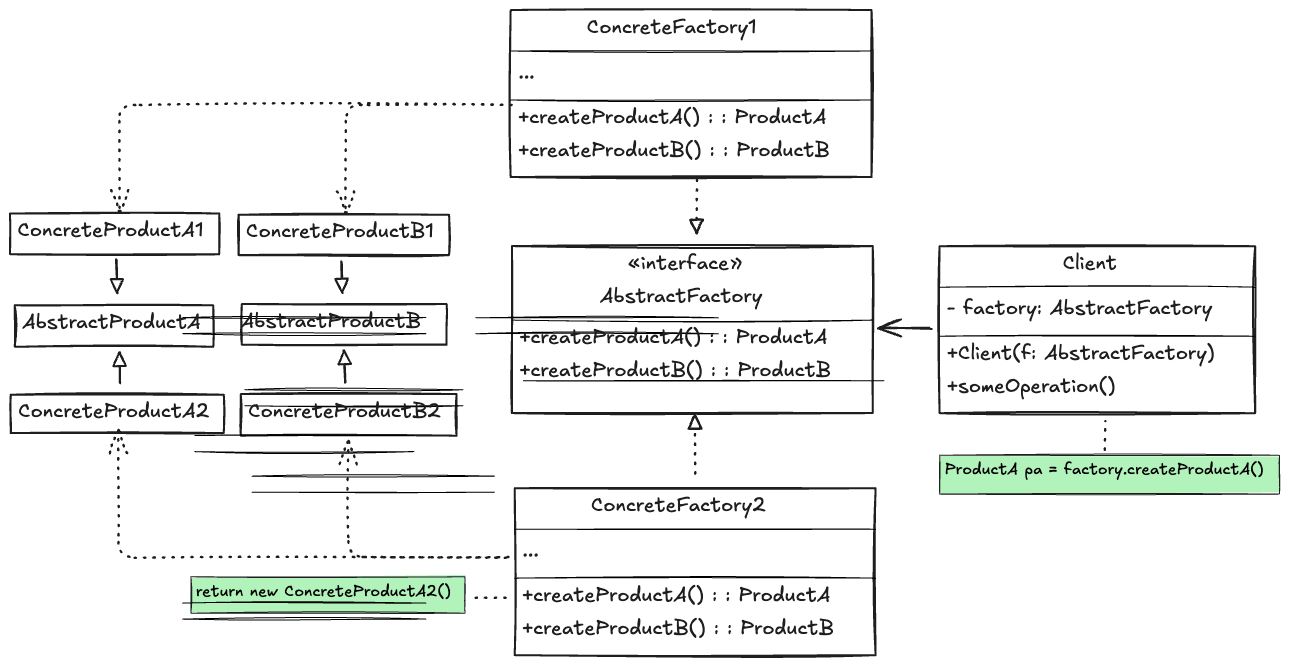
The Excalidraw diagram abstract-factory-pattern.excalidraw.png in bjenning04/foam, before a commit. Source tidied: one line per element, renumbered; positions are measured from the earlier drawing's top-left corner, leaving out a move shared by most shapes.
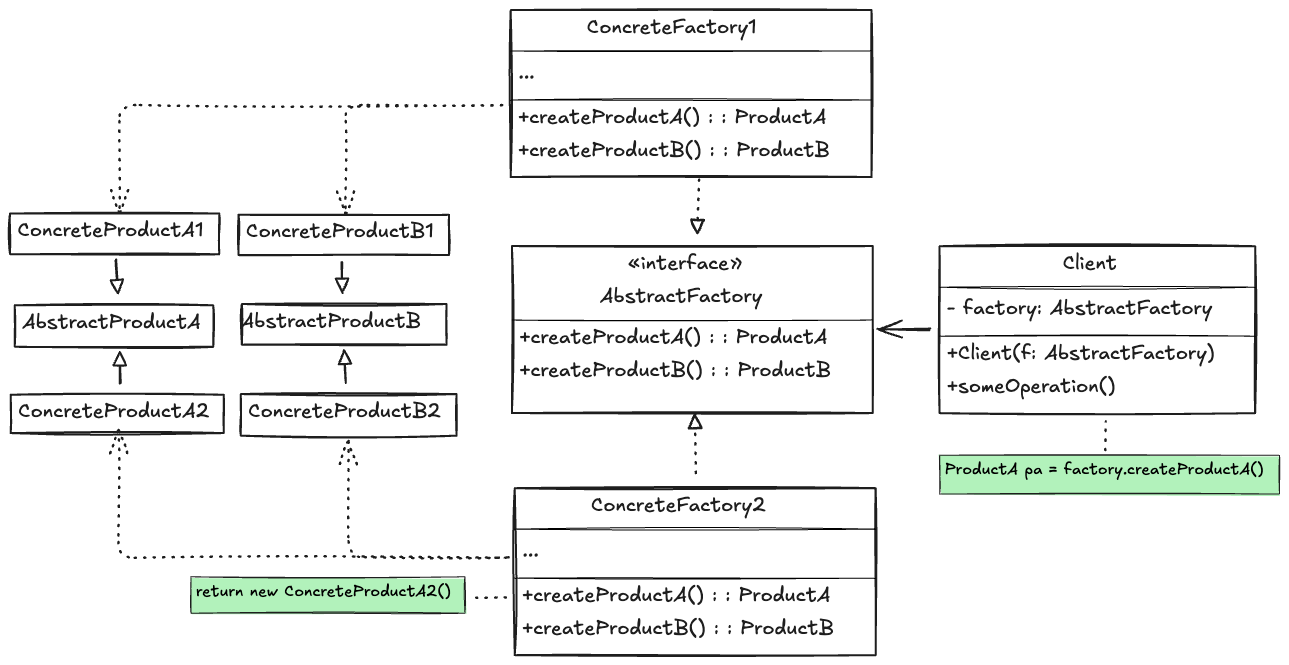
Above is the later version.

The edit, as a diff of the source:
```diff
@@ -1,56 +1,56 @@
-{"id": 0, "type": "rectangle", "strokeColor": "#1e1e1e", "strokeWidth": 2, "roughness": 1, "x": 501, "y": 0, "width": 361, "height": 167}
-{"id": 1, "type": "rectangle", "strokeColor": "#1e1e1e", "strokeWidth": 2, "roughness": 1, "x": 0, "y": 204, "width": 209, "height": 41}
-{"id": 2, "type": "rectangle", "strokeColor": "#1e1e1e", "strokeWidth": 2, "roughness": 1, "x": 229, "y": 205, "width": 210, "height": 40}
-{"id": 3, "type": "rectangle", "strokeColor": "#1e1e1e", "strokeWidth": 2, "roughness": 1, "x": 502, "y": 236, "width": 361, "height": 167}
-{"id": 4, "type": "rectangle", "strokeColor": "#1e1e1e", "strokeWidth": 2, "roughness": 1, "x": 5, "y": 295, "width": 199, "height": 42}
-{"id": 5, "type": "rectangle", "strokeColor": "#1e1e1e", "strokeWidth": 2, "roughness": 1, "x": 1, "y": 385, "width": 213, "height": 38}
-{"id": 6, "type": "rectangle", "strokeColor": "#1e1e1e", "strokeWidth": 2, "roughness": 1, "x": 232, "y": 294, "width": 205, "height": 41}
-{"id": 7, "type": "rectangle", "strokeColor": "#1e1e1e", "strokeWidth": 2, "roughness": 1, "x": 231, "y": 384, "width": 216, "height": 42}
-{"id": 8, "type": "rectangle", "strokeColor": "#1e1e1e", "strokeWidth": 2, "roughness": 1, "x": 505, "y": 478, "width": 361, "height": 167}
-{"id": 9, "type": "rectangle", "strokeColor": "#1e1e1e", "strokeWidth": 2, "roughness": 1, "x": 930, "y": 236, "width": 316, "height": 167}
-{"id": 10, "type": "rectangle", "strokeColor": "#1e1e1e", "backgroundColor": "#b2f2bb", "fillStyle": "solid", "strokeWidth": 1, "roughness": 1, "x": 930, "y": 445, "width": 340, "height": 39}
-{"id": 11, "type": "rectangle", "strokeColor": "#1e1e1e", "backgroundColor": "#b2f2bb", "fillStyle": "solid", "strokeWidth": 1, "roughness": 1, "x": 181, "y": 567, "width": 274, "height": 36}
-{"id": 12, "type": "line", "strokeColor": "#000", "strokeWidth": 1, "roughness": 1, "x": 501, "y": 41, "width": 361, "height": 0, "points": [[0, 0], [361, 0]]}
-{"id": 13, "type": "line", "strokeColor": "#000", "strokeWidth": 1, "roughness": 1, "x": 501, "y": 90, "width": 361, "height": 0, "points": [[0, 0], [361, 0]]}
-{"id": 14, "type": "line", "strokeColor": "#000", "strokeWidth": 1, "roughness": 1, "x": 502, "y": 310, "width": 361, "height": 0, "points": [[0, 0], [361, 0]]}
-{"id": 15, "type": "line", "strokeColor": "#000", "strokeWidth": 1, "roughness": 1, "x": 505, "y": 519, "width": 361, "height": 0, "points": [[0, 0], [361, 0]]}
-{"id": 16, "type": "line", "strokeColor": "#000", "strokeWidth": 1, "roughness": 1, "x": 505, "y": 568, "width": 361, "height": 0, "points": [[0, 0], [361, 0]]}
-{"id": 17, "type": "line", "strokeColor": "#000", "strokeWidth": 1, "roughness": 1, "x": 930, "y": 277, "width": 316, "height": 0, "points": [[0, 0], [316, 0]]}
-{"id": 18, "type": "line", "strokeColor": "#000", "strokeWidth": 1, "roughness": 1, "x": 930, "y": 326, "width": 316, "height": 0, "points": [[0, 0], [316, 0]]}
-{"id": 19, "type": "arrow", "strokeColor": "#1e1e1e", "strokeWidth": 2, "strokeStyle": "dotted", "roughness": 1, "endArrowhead": "arrow", "from": 34, "to": 36, "x": 502, "y": 95, "width": 392, "height": 109, "points": [[0, 0], [-392, 0], [-392, 109]]}
-{"id": 20, "type": "arrow", "strokeColor": "#1e1e1e", "strokeWidth": 2, "strokeStyle": "dotted", "roughness": 1, "endArrowhead": "arrow", "from": 34, "to": 37, "x": 502, "y": 95, "width": 166, "height": 110, "points": [[0, 0], [-166, 0], [-166, 110]]}
-{"id": 21, "type": "arrow", "strokeColor": "#1e1e1e", "strokeWidth": 2, "strokeStyle": "dotted", "roughness": 1, "endArrowhead": "triangle_outline", "round": true, "from": 0, "to": 3, "x": 688, "y": 169, "width": 1, "height": 55, "points": [[0, 0], [-1, 55]]}
-{"id": 22, "type": "arrow", "strokeColor": "#1e1e1e", "strokeWidth": 2, "roughness": 1, "endArrowhead": "triangle_outline", "round": true, "from": 1, "to": 4, "x": 106, "y": 250, "width": 1, "height": 33, "points": [[0, 0], [1, 33]]}
-{"id": 23, "type": "arrow", "strokeColor": "#1e1e1e", "strokeWidth": 2, "roughness": 1, "startArrowhead": "triangle_outline", "round": true, "from": 4, "to": 5, "x": 109, "y": 342, "width": 1, "height": 31, "points": [[0, 0], [1, 31]]}
-{"id": 24, "type": "arrow", "strokeColor": "#1e1e1e", "strokeWidth": 2, "roughness": 1, "endArrowhead": "triangle_outline", "round": true, "from": 2, "to": 6, "x": 332, "y": 252, "width": 1, "height": 31, "points": [[0, 0], [1, 31]]}
-{"id": 25, "type": "arrow", "strokeColor": "#1e1e1e", "strokeWidth": 2, "roughness": 1, "startArrowhead": "triangle_outline", "round": true, "from": 6, "to": 7, "x": 334, "y": 340, "width": 1, "height": 32, "points": [[0, 0], [1, 32]]}
-{"id": 26, "type": "arrow", "strokeColor": "#1e1e1e", "strokeWidth": 2, "strokeStyle": "dotted", "roughness": 1, "startArrowhead": "arrow", "from": 43, "to": 47, "x": 109, "y": 420, "width": 396, "height": 128, "points": [[0, 0], [0, 128], [396, 128]]}
-{"id": 27, "type": "arrow", "strokeColor": "#1e1e1e", "strokeWidth": 2, "strokeStyle": "dotted", "roughness": 1, "startArrowhead": "arrow", "from": 7, "to": 47, "x": 339, "y": 431, "width": 165, "height": 116, "points": [[0, 0], [0, 116], [165, 116]]}
-{"id": 28, "type": "arrow", "strokeColor": "#1e1e1e", "strokeWidth": 2, "strokeStyle": "dotted", "roughness": 1, "startArrowhead": "triangle_outline", "round": true, "from": 3, "to": 8, "x": 686, "y": 406, "width": 1, "height": 61, "points": [[0, 0], [1, 61]]}
-{"id": 29, "type": "arrow", "strokeColor": "#1e1e1e", "strokeWidth": 2, "roughness": 1, "startArrowhead": "arrow", "round": true, "from": 3, "to": 9, "x": 869, "y": 318, "width": 52, "height": 0, "points": [[0, 0], [52, 0]]}
-{"id": 30, "type": "arrow", "strokeColor": "#1e1e1e", "strokeWidth": 2, "strokeStyle": "dotted", "roughness": 1, "round": true, "from": 10, "to": 9, "x": 1095, "y": 440, "width": 0, "height": 29, "points": [[0, 0], [0, -29]]}
-{"id": 31, "type": "arrow", "strokeColor": "#1e1e1e", "strokeWidth": 2, "strokeStyle": "dotted", "roughness": 1, "round": true, "from": 11, "to": 8, "x": 466, "y": 587, "width": 30, "height": 0, "points": [[0, 0], [30, 0]]}
+{"id": 56, "type": "rectangle", "strokeColor": "#1e1e1e", "strokeWidth": 2, "roughness": 1, "x": 501, "y": 0, "width": 361, "height": 167}
+{"id": 57, "type": "rectangle", "strokeColor": "#1e1e1e", "strokeWidth": 2, "roughness": 1, "x": 0, "y": 204, "width": 209, "height": 41}
+{"id": 58, "type": "rectangle", "strokeColor": "#1e1e1e", "strokeWidth": 2, "roughness": 1, "x": 229, "y": 205, "width": 210, "height": 40}
+{"id": 59, "type": "rectangle", "strokeColor": "#1e1e1e", "strokeWidth": 2, "roughness": 1, "x": 502, "y": 236, "width": 361, "height": 167}
+{"id": 60, "type": "rectangle", "strokeColor": "#1e1e1e", "strokeWidth": 2, "roughness": 1, "x": 5, "y": 295, "width": 199, "height": 42}
+{"id": 61, "type": "rectangle", "strokeColor": "#1e1e1e", "strokeWidth": 2, "roughness": 1, "x": 1, "y": 385, "width": 213, "height": 38}
+{"id": 62, "type": "rectangle", "strokeColor": "#1e1e1e", "strokeWidth": 2, "roughness": 1, "x": 232, "y": 294, "width": 205, "height": 41}
+{"id": 63, "type": "rectangle", "strokeColor": "#1e1e1e", "strokeWidth": 2, "roughness": 1, "x": 231, "y": 384, "width": 216, "height": 42}
+{"id": 64, "type": "rectangle", "strokeColor": "#1e1e1e", "strokeWidth": 2, "roughness": 1, "x": 505, "y": 478, "width": 361, "height": 167}
+{"id": 65, "type": "rectangle", "strokeColor": "#1e1e1e", "strokeWidth": 2, "roughness": 1, "x": 930, "y": 236, "width": 316, "height": 167}
+{"id": 66, "type": "rectangle", "strokeColor": "#1e1e1e", "backgroundColor": "#b2f2bb", "fillStyle": "solid", "strokeWidth": 1, "roughness": 1, "x": 930, "y": 445, "width": 340, "height": 39}
+{"id": 67, "type": "rectangle", "strokeColor": "#1e1e1e", "backgroundColor": "#b2f2bb", "fillStyle": "solid", "strokeWidth": 1, "roughness": 1, "x": 181, "y": 567, "width": 274, "height": 36}
+{"id": 68, "type": "line", "strokeColor": "#000", "strokeWidth": 1, "roughness": 1, "x": 501, "y": 41, "width": 361, "height": 0, "points": [[0, 0], [361, 0]]}
+{"id": 69, "type": "line", "strokeColor": "#000", "strokeWidth": 1, "roughness": 1, "x": 501, "y": 90, "width": 361, "height": 0, "points": [[0, 0], [361, 0]]}
+{"id": 70, "type": "line", "strokeColor": "#000", "strokeWidth": 1, "roughness": 1, "x": 502, "y": 310, "width": 361, "height": 0, "points": [[0, 0], [361, 0]]}
+{"id": 71, "type": "line", "strokeColor": "#000", "strokeWidth": 1, "roughness": 1, "x": 505, "y": 519, "width": 361, "height": 0, "points": [[0, 0], [361, 0]]}
+{"id": 72, "type": "line", "strokeColor": "#000", "strokeWidth": 1, "roughness": 1, "x": 505, "y": 568, "width": 361, "height": 0, "points": [[0, 0], [361, 0]]}
+{"id": 73, "type": "line", "strokeColor": "#000", "strokeWidth": 1, "roughness": 1, "x": 930, "y": 277, "width": 316, "height": 0, "points": [[0, 0], [316, 0]]}
+{"id": 74, "type": "line", "strokeColor": "#000", "strokeWidth": 1, "roughness": 1, "x": 930, "y": 326, "width": 316, "height": 0, "points": [[0, 0], [316, 0]]}
+{"id": 75, "type": "arrow", "strokeColor": "#1e1e1e", "strokeWidth": 2, "strokeStyle": "dotted", "roughness": 1, "endArrowhead": "arrow", "from": 89, "to": 36, "x": 502, "y": 95, "width": 392, "height": 109, "points": [[0, 0], [-392, 0], [-392, 109]]}
+{"id": 76, "type": "arrow", "strokeColor": "#1e1e1e", "strokeWidth": 2, "strokeStyle": "dotted", "roughness": 1, "endArrowhead": "arrow", "from": 89, "to": 37, "x": 502, "y": 95, "width": 166, "height": 110, "points": [[0, 0], [-166, 0], [-166, 110]]}
+{"id": 77, "type": "arrow", "strokeColor": "#1e1e1e", "strokeWidth": 2, "strokeStyle": "dotted", "roughness": 1, "endArrowhead": "triangle_outline", "round": true, "from": 56, "to": 59, "x": 688, "y": 169, "width": 1, "height": 55, "points": [[0, 0], [-1, 55]]}
+{"id": 78, "type": "arrow", "strokeColor": "#1e1e1e", "strokeWidth": 2, "roughness": 1, "endArrowhead": "triangle_outline", "round": true, "from": 57, "to": 60, "x": 106, "y": 250, "width": 1, "height": 33, "points": [[0, 0], [1, 33]]}
+{"id": 79, "type": "arrow", "strokeColor": "#1e1e1e", "strokeWidth": 2, "roughness": 1, "startArrowhead": "triangle_outline", "round": true, "from": 60, "to": 61, "x": 109, "y": 342, "width": 1, "height": 31, "points": [[0, 0], [1, 31]]}
+{"id": 80, "type": "arrow", "strokeColor": "#1e1e1e", "strokeWidth": 2, "roughness": 1, "endArrowhead": "triangle_outline", "round": true, "from": 58, "to": 62, "x": 332, "y": 252, "width": 1, "height": 31, "points": [[0, 0], [1, 31]]}
+{"id": 81, "type": "arrow", "strokeColor": "#1e1e1e", "strokeWidth": 2, "roughness": 1, "startArrowhead": "triangle_outline", "round": true, "from": 62, "to": 63, "x": 334, "y": 340, "width": 1, "height": 32, "points": [[0, 0], [1, 32]]}
+{"id": 82, "type": "arrow", "strokeColor": "#1e1e1e", "strokeWidth": 2, "strokeStyle": "dotted", "roughness": 1, "startArrowhead": "arrow", "from": 43, "to": 93, "x": 108, "y": 420, "width": 396, "height": 128, "points": [[0, 0], [0, 128], [396, 128]]}
+{"id": 83, "type": "arrow", "strokeColor": "#1e1e1e", "strokeWidth": 2, "strokeStyle": "dotted", "roughness": 1, "startArrowhead": "arrow", "from": 63, "to": 93, "x": 339, "y": 431, "width": 165, "height": 116, "points": [[0, 0], [0, 116], [165, 116]]}
+{"id": 84, "type": "arrow", "strokeColor": "#1e1e1e", "strokeWidth": 2, "strokeStyle": "dotted", "roughness": 1, "startArrowhead": "triangle_outline", "round": true, "from": 59, "to": 64, "x": 686, "y": 406, "width": 1, "height": 61, "points": [[0, 0], [1, 61]]}
+{"id": 85, "type": "arrow", "strokeColor": "#1e1e1e", "strokeWidth": 2, "roughness": 1, "startArrowhead": "arrow", "round": true, "from": 59, "to": 65, "x": 869, "y": 318, "width": 52, "height": 0, "points": [[0, 0], [52, 0]]}
+{"id": 86, "type": "arrow", "strokeColor": "#1e1e1e", "strokeWidth": 2, "strokeStyle": "dotted", "roughness": 1, "round": true, "from": 66, "to": 65, "x": 1095, "y": 440, "width": 0, "height": 29, "points": [[0, 0], [0, -29]]}
+{"id": 87, "type": "arrow", "strokeColor": "#1e1e1e", "strokeWidth": 2, "strokeStyle": "dotted", "roughness": 1, "round": true, "from": 67, "to": 64, "x": 466, "y": 587, "width": 30, "height": 0, "points": [[0, 0], [30, 0]]}
 {"id": 32, "type": "text", "text": "ConcreteFactory1", "strokeColor": "#1e1e1e", "strokeWidth": 2, "roughness": 1, "fontSize": 20, "fontFamily": 5, "verticalAlign": "middle", "x": 577, "y": 5, "width": 181, "height": 25}
-{"id": 33, "type": "text", "text": "...", "strokeColor": "#1e1e1e", "strokeWidth": 2, "roughness": 1, "fontSize": 20, "fontFamily": 5, "verticalAlign": "middle", "x": 508, "y": 50, "width": 15, "height": 25}
-{"id": 34, "type": "text", "text": "+createProductA() : : ProductA", "strokeColor": "#1e1e1e", "strokeWidth": 2, "roughness": 1, "fontSize": 20, "fontFamily": 5, "verticalAlign": "middle", "x": 508, "y": 95, "width": 321, "height": 25}
-{"id": 35, "type": "text", "text": "+createProductB() : : ProductB", "strokeColor": "#1e1e1e", "strokeWidth": 2, "roughness": 1, "fontSize": 20, "fontFamily": 5, "verticalAlign": "middle", "x": 508, "y": 128, "width": 312, "height": 25}
+{"id": 88, "type": "text", "text": "...", "strokeColor": "#1e1e1e", "strokeWidth": 2, "roughness": 1, "fontSize": 20, "fontFamily": 5, "verticalAlign": "middle", "x": 508, "y": 50, "width": 15, "height": 25}
+{"id": 89, "type": "text", "text": "+createProductA() : : ProductA", "strokeColor": "#1e1e1e", "strokeWidth": 2, "roughness": 1, "fontSize": 20, "fontFamily": 5, "verticalAlign": "middle", "x": 508, "y": 95, "width": 321, "height": 25}
+{"id": 90, "type": "text", "text": "+createProductB() : : ProductB", "strokeColor": "#1e1e1e", "strokeWidth": 2, "roughness": 1, "fontSize": 20, "fontFamily": 5, "verticalAlign": "middle", "x": 508, "y": 128, "width": 312, "height": 25}
-{"id": 36, "type": "text", "text": "ConcreteProductA1", "strokeColor": "#1e1e1e", "strokeWidth": 2, "roughness": 1, "fontSize": 20, "fontFamily": 5, "verticalAlign": "middle", "x": 8, "y": 209, "width": 204, "height": 25}
+{"id": 36, "type": "text", "text": "ConcreteProductA1", "strokeColor": "#1e1e1e", "strokeWidth": 2, "roughness": 1, "fontSize": 20, "fontFamily": 5, "verticalAlign": "middle", "x": 7, "y": 209, "width": 204, "height": 25}
 {"id": 37, "type": "text", "text": "ConcreteProductB1", "strokeColor": "#1e1e1e", "strokeWidth": 2, "roughness": 1, "fontSize": 20, "fontFamily": 5, "verticalAlign": "middle", "x": 236, "y": 210, "width": 199, "height": 25}
 {"id": 38, "type": "text", "text": "«interface»", "strokeColor": "#1e1e1e", "strokeWidth": 2, "roughness": 1, "fontSize": 20, "fontFamily": 5, "verticalAlign": "middle", "x": 618, "y": 241, "width": 114, "height": 25}
 {"id": 39, "type": "text", "text": "AbstractFactory", "strokeColor": "#1e1e1e", "strokeWidth": 2, "roughness": 1, "fontSize": 20, "fontFamily": 5, "verticalAlign": "middle", "x": 590, "y": 274, "width": 162, "height": 25}
-{"id": 40, "type": "text", "text": "+createProductA() : : ProductA", "strokeColor": "#1e1e1e", "strokeWidth": 2, "roughness": 1, "fontSize": 20, "fontFamily": 5, "verticalAlign": "middle", "x": 509, "y": 315, "width": 318, "height": 25}
-{"id": 41, "type": "text", "text": "+createProductB() : : ProductB", "strokeColor": "#1e1e1e", "strokeWidth": 2, "roughness": 1, "fontSize": 20, "fontFamily": 5, "verticalAlign": "middle", "x": 509, "y": 348, "width": 317, "height": 25}
+{"id": 91, "type": "text", "text": "+createProductA() : : ProductA", "strokeColor": "#1e1e1e", "strokeWidth": 2, "roughness": 1, "fontSize": 20, "fontFamily": 5, "verticalAlign": "middle", "x": 509, "y": 315, "width": 318, "height": 25}
+{"id": 92, "type": "text", "text": "+createProductB() : : ProductB", "strokeColor": "#1e1e1e", "strokeWidth": 2, "roughness": 1, "fontSize": 20, "fontFamily": 5, "verticalAlign": "middle", "x": 509, "y": 348, "width": 317, "height": 25}
 {"id": 42, "type": "text", "text": "AbstractProductA", "strokeColor": "#1e1e1e", "strokeWidth": 2, "roughness": 1, "fontSize": 20.0, "fontFamily": 5, "verticalAlign": "middle", "x": 12, "y": 300, "width": 189, "height": 25}
 {"id": 43, "type": "text", "text": "ConcreteProductA2", "strokeColor": "#1e1e1e", "strokeWidth": 2, "roughness": 1, "fontSize": 20, "fontFamily": 5, "verticalAlign": "middle", "x": 8, "y": 390, "width": 201, "height": 25}
 {"id": 44, "type": "text", "text": "AbstractProductB", "strokeColor": "#1e1e1e", "strokeWidth": 2, "roughness": 1, "fontSize": 20, "fontFamily": 5, "verticalAlign": "middle", "x": 231, "y": 299, "width": 187, "height": 25}
 {"id": 45, "type": "text", "text": "ConcreteProductB2", "strokeColor": "#1e1e1e", "strokeWidth": 2, "roughness": 1, "fontSize": 20.0, "fontFamily": 5, "verticalAlign": "middle", "x": 238, "y": 389, "width": 202, "height": 25}
 {"id": 46, "type": "text", "text": "ConcreteFactory2", "strokeColor": "#1e1e1e", "strokeWidth": 2, "roughness": 1, "fontSize": 20, "fontFamily": 5, "verticalAlign": "middle", "x": 581, "y": 483, "width": 175, "height": 25}
-{"id": 47, "type": "text", "text": "...", "strokeColor": "#1e1e1e", "strokeWidth": 2, "roughness": 1, "fontSize": 20, "fontFamily": 5, "verticalAlign": "middle", "x": 512, "y": 528, "width": 15, "height": 25}
-{"id": 48, "type": "text", "text": "+createProductA() : : ProductA", "strokeColor": "#1e1e1e", "strokeWidth": 2, "roughness": 1, "fontSize": 20, "fontFamily": 5, "verticalAlign": "middle", "x": 512, "y": 573, "width": 308, "height": 25}
-{"id": 49, "type": "text", "text": "+createProductB() : : ProductB", "strokeColor": "#1e1e1e", "strokeWidth": 2, "roughness": 1, "fontSize": 20, "fontFamily": 5, "verticalAlign": "middle", "x": 512, "y": 606, "width": 312, "height": 25}
+{"id": 93, "type": "text", "text": "...", "strokeColor": "#1e1e1e", "strokeWidth": 2, "roughness": 1, "fontSize": 20, "fontFamily": 5, "verticalAlign": "middle", "x": 512, "y": 528, "width": 15, "height": 25}
+{"id": 94, "type": "text", "text": "+createProductA() : : ProductA", "strokeColor": "#1e1e1e", "strokeWidth": 2, "roughness": 1, "fontSize": 20, "fontFamily": 5, "verticalAlign": "middle", "x": 512, "y": 573, "width": 308, "height": 25}
+{"id": 95, "type": "text", "text": "+createProductB() : : ProductB", "strokeColor": "#1e1e1e", "strokeWidth": 2, "roughness": 1, "fontSize": 20, "fontFamily": 5, "verticalAlign": "middle", "x": 512, "y": 606, "width": 312, "height": 25}
 {"id": 50, "type": "text", "text": "Client", "strokeColor": "#1e1e1e", "strokeWidth": 2, "roughness": 1, "fontSize": 20, "fontFamily": 5, "verticalAlign": "middle", "x": 1053, "y": 241, "width": 49, "height": 25}
 {"id": 51, "type": "text", "text": "- factory: AbstractFactory", "strokeColor": "#1e1e1e", "strokeWidth": 2, "roughness": 1, "fontSize": 20, "fontFamily": 5, "verticalAlign": "middle", "x": 937, "y": 286, "width": 265, "height": 25}
 {"id": 52, "type": "text", "text": "+Client(f: AbstractFactory)", "strokeColor": "#1e1e1e", "strokeWidth": 2, "roughness": 1, "fontSize": 20, "fontFamily": 5, "verticalAlign": "middle", "x": 937, "y": 331, "width": 268, "height": 25}
 {"id": 53, "type": "text", "text": "+someOperation()", "strokeColor": "#1e1e1e", "strokeWidth": 2, "roughness": 1, "fontSize": 20, "fontFamily": 5, "verticalAlign": "middle", "x": 937, "y": 364, "width": 169, "height": 25}
-{"id": 54, "type": "text", "text": "ProductA pa = factory.createProductA()", "strokeColor": "#000", "strokeWidth": 2, "roughness": 1, "fontSize": 16, "fontFamily": 5, "inside": 10, "x": 935, "y": 450, "width": 319, "height": 20}
+{"id": 54, "type": "text", "text": "ProductA pa = factory.createProductA()", "strokeColor": "#000", "strokeWidth": 2, "roughness": 1, "fontSize": 16, "fontFamily": 5, "inside": 66, "x": 935, "y": 450, "width": 319, "height": 20}
-{"id": 55, "type": "text", "text": "return new ConcreteProductA2()", "strokeColor": "#000", "strokeWidth": 2, "roughness": 1, "fontSize": 16, "fontFamily": 5, "inside": 11, "x": 186, "y": 572, "width": 255, "height": 20}
+{"id": 55, "type": "text", "text": "return new ConcreteProductA2()", "strokeColor": "#000", "strokeWidth": 2, "roughness": 1, "fontSize": 16, "fontFamily": 5, "inside": 67, "x": 186, "y": 572, "width": 255, "height": 20}
```
